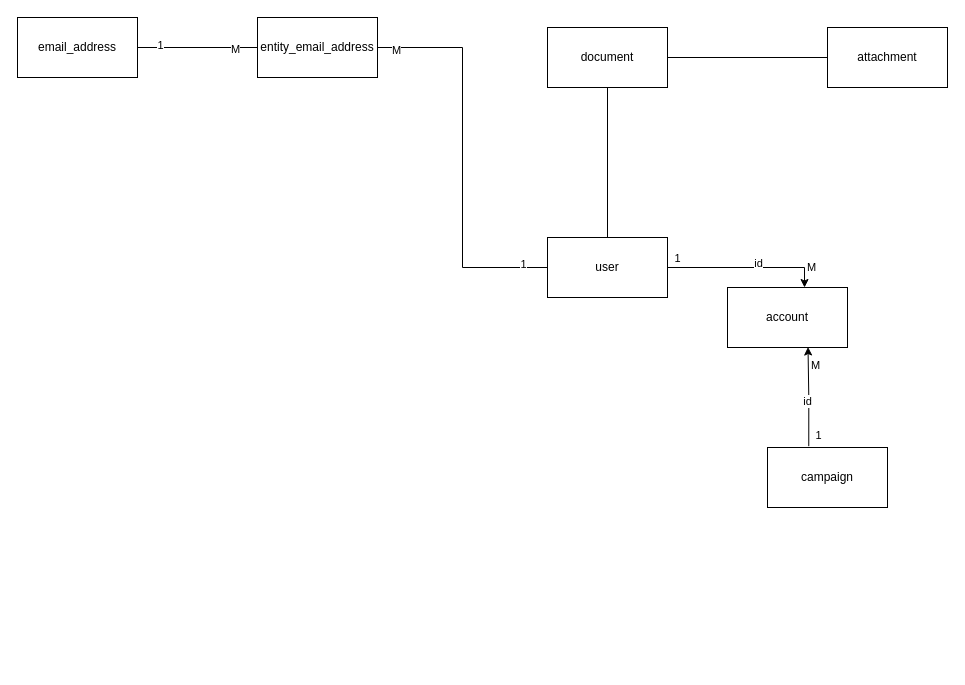
Above: Untitled Diagram.drawio in egorb17/ESPO-DB (draw.io), before the change. Source tidied: cells renumbered, new cells numbered last; positions are measured from the earlier drawing's top-left corner, leaving out a move shared by most shapes. Both pictures are drawn from the tidied source at 100%, with x=0, y=0 at pixel (17, 17).
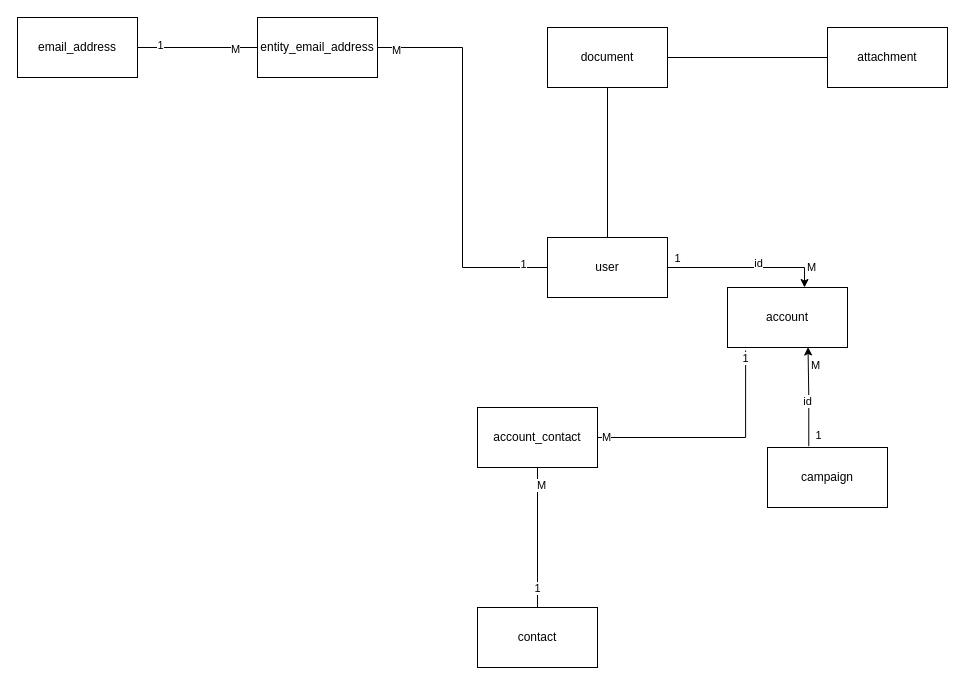
After the change.

Commit message:
add contact-account link

The change refers to these unchanged cells:
```xml
<mxCell id="7" value="account" style="rounded=0;whiteSpace=wrap;html=1;" parent="1" vertex="1">
  <mxGeometry x="710" y="270" width="120" height="60" as="geometry" />
</mxCell>
```

The edit, as a diff of the source:
```diff
@@
+    <mxCell id="25" style="edgeStyle=orthogonalEdgeStyle;rounded=0;jettySize=auto;html=1;entryX=0.151;entryY=1.051;entryDx=0;entryDy=0;entryPerimeter=0;endArrow=none;endFill=0;" parent="1" edge="1" source="28" target="7">
+      <mxGeometry relative="1" as="geometry" />
+    </mxCell>
+    <mxCell id="26" value="1" style="edgeLabel;html=1;align=center;verticalAlign=middle;" parent="25" vertex="1">
+      <mxGeometry x="0.94" y="1" relative="1" as="geometry" />
+    </mxCell>
+    <mxCell id="27" value="M" style="edgeLabel;html=1;align=center;verticalAlign=middle;" parent="25" vertex="1">
+      <mxGeometry x="-0.93" y="1" relative="1" as="geometry" />
+    </mxCell>
+    <mxCell id="28" value="account_contact" style="rounded=0;whiteSpace=wrap;html=1;" parent="1" vertex="1">
+      <mxGeometry x="460" y="390" width="120" height="60" as="geometry" />
+    </mxCell>
+    <mxCell id="29" style="edgeStyle=orthogonalEdgeStyle;rounded=0;jettySize=auto;html=1;entryX=0.5;entryY=1;entryDx=0;entryDy=0;endArrow=none;endFill=0;" parent="1" edge="1" source="32" target="28">
+      <mxGeometry relative="1" as="geometry" />
+    </mxCell>
+    <mxCell id="30" value="M" style="edgeLabel;html=1;align=center;verticalAlign=middle;" parent="29" vertex="1">
+      <mxGeometry x="0.75" y="-3" relative="1" as="geometry" />
+    </mxCell>
+    <mxCell id="31" value="1" style="edgeLabel;html=1;align=center;verticalAlign=middle;" parent="29" vertex="1">
+      <mxGeometry x="-0.71" y="1" relative="1" as="geometry" />
+    </mxCell>
+    <mxCell id="32" value="contact" style="rounded=0;whiteSpace=wrap;html=1;" parent="1" vertex="1">
+      <mxGeometry x="460" y="590" width="120" height="60" as="geometry" />
+    </mxCell>
```
